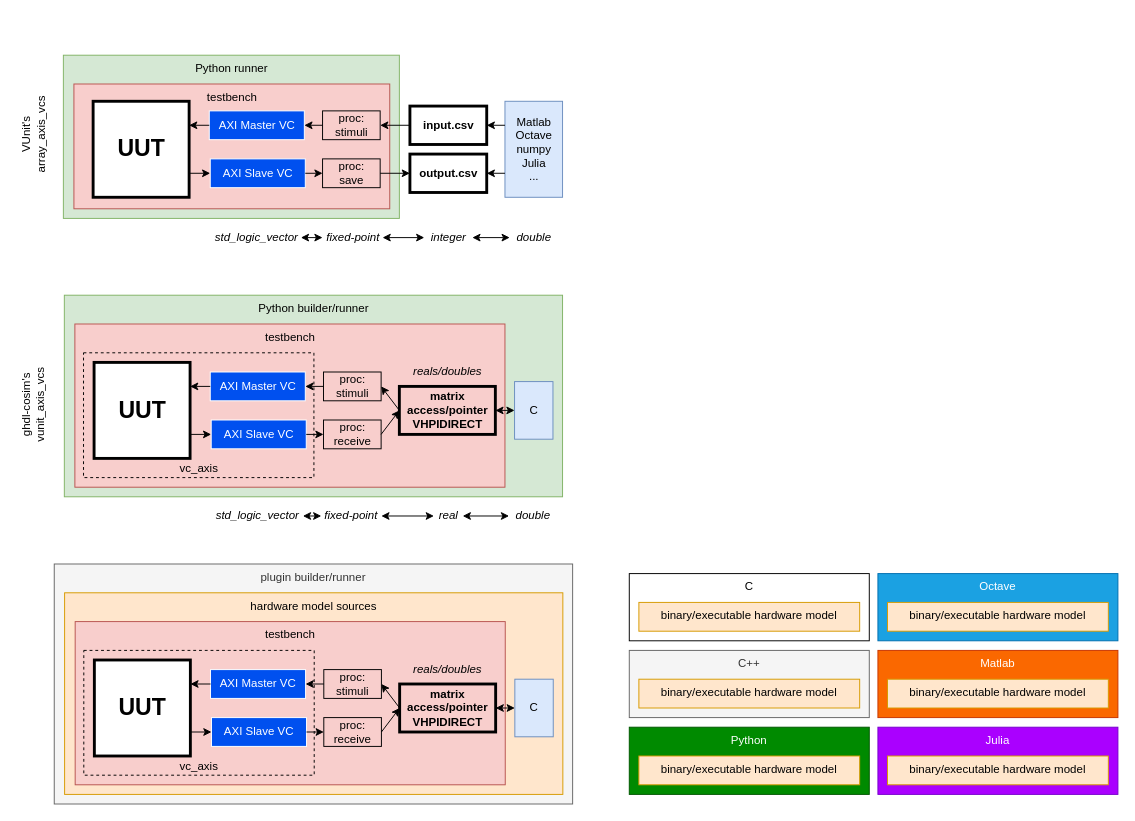
This is doc/vhpidirect/examples/img/matrices.drawio from ghdl/ghdl-cosim, a draw.io file, before an edit. Source tidied: cells renumbered, new cells numbered last; positions are measured from the earlier drawing's top-left corner, leaving out a move shared by most shapes. Both pictures are drawn from the tidied source at 96%, with x=0, y=0 at pixel (-12, 55).
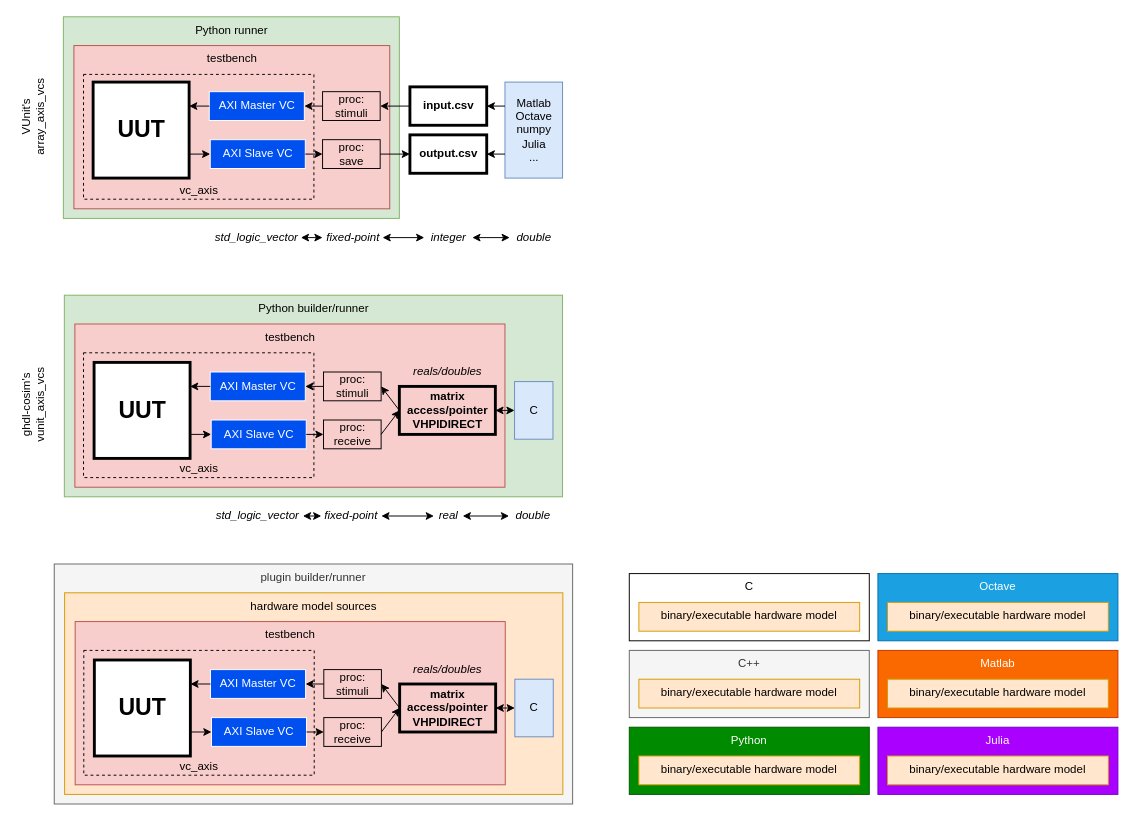
The same page after the edit.

Commit message (it also covers changes not shown here):
doc/vhpidirect/examples/img: update array_axis_vcs diagram

Diff of the diagram source:
```diff
@@
     <mxCell id="4" value="Python runner" style="rounded=0;whiteSpace=wrap;html=1;verticalAlign=top;fillColor=#d5e8d4;strokeColor=#82b366;" parent="1" vertex="1">
-      <mxGeometry x="78.5" width="350" height="170" as="geometry" />
+      <mxGeometry x="78.5" y="-40" width="350" height="210" as="geometry" />
     </mxCell>
     <mxCell id="5" value="testbench" style="rounded=0;whiteSpace=wrap;html=1;verticalAlign=top;fillColor=#f8cecc;strokeColor=#b85450;" parent="1" vertex="1">
-      <mxGeometry x="89.5" y="30" width="329" height="130" as="geometry" />
+      <mxGeometry x="89.5" y="-10" width="329" height="170" as="geometry" />
     </mxCell>
     <mxCell id="6" value="UUT" style="whiteSpace=wrap;html=1;fontStyle=1;fontSize=24;strokeWidth=3;" parent="1" vertex="1">
-      <mxGeometry x="109.5" y="48" width="100" height="100" as="geometry" />
+      <mxGeometry x="109.5" y="28" width="100" height="100" as="geometry" />
     </mxCell>
     <mxCell id="7" value="AXI Master VC" style="rounded=0;whiteSpace=wrap;html=1;strokeColor=#FFFFFF;fontColor=#FFFFFF;fillColor=#0050EF;" parent="1" vertex="1">
-      <mxGeometry x="230.5" y="58" width="99" height="30" as="geometry" />
+      <mxGeometry x="230.5" y="38" width="99" height="30" as="geometry" />
     </mxCell>
     <mxCell id="8" value="AXI Slave VC" style="rounded=0;whiteSpace=wrap;html=1;strokeColor=#FFFFFF;fontColor=#FFFFFF;fillColor=#0050EF;" parent="1" vertex="1">
-      <mxGeometry x="231.5" y="108" width="99" height="30" as="geometry" />
+      <mxGeometry x="231.5" y="88" width="99" height="30" as="geometry" />
     </mxCell>
@@
     <mxCell id="11" value="input.csv" style="rounded=0;whiteSpace=wrap;html=1;strokeColor=#000000;fillColor=none;gradientColor=none;fontColor=#000000;strokeWidth=3;fontStyle=1;" parent="1" vertex="1">
-      <mxGeometry x="439.5" y="53" width="80" height="40" as="geometry" />
+      <mxGeometry x="439.5" y="33" width="80" height="40" as="geometry" />
     </mxCell>
     <mxCell id="12" value="output.csv" style="rounded=0;whiteSpace=wrap;html=1;strokeColor=#000000;fillColor=none;gradientColor=none;fontColor=#000000;strokeWidth=3;fontStyle=1;" parent="1" vertex="1">
-      <mxGeometry x="439.5" y="103" width="80" height="40" as="geometry" />
+      <mxGeometry x="439.5" y="83" width="80" height="40" as="geometry" />
     </mxCell>
@@
     <mxCell id="15" value="Matlab&lt;br&gt;Octave&lt;br&gt;numpy&lt;br&gt;Julia&lt;br&gt;..." style="rounded=0;whiteSpace=wrap;html=1;verticalAlign=middle;fillColor=#dae8fc;strokeColor=#6c8ebf;" parent="1" vertex="1">
-      <mxGeometry x="538.5" y="48" width="60" height="100" as="geometry" />
+      <mxGeometry x="538.5" y="28" width="60" height="100" as="geometry" />
     </mxCell>
@@
     <mxCell id="18" value="proc:&lt;br&gt;stimuli" style="rounded=0;whiteSpace=wrap;html=1;strokeColor=#000000;fontColor=#000000;fillColor=none;" parent="1" vertex="1">
-      <mxGeometry x="348.5" y="58" width="60" height="30" as="geometry" />
+      <mxGeometry x="348.5" y="38" width="60" height="30" as="geometry" />
     </mxCell>
@@
     <mxCell id="20" value="proc:&lt;br&gt;save" style="rounded=0;whiteSpace=wrap;html=1;strokeColor=#000000;fontColor=#000000;fillColor=none;" parent="1" vertex="1">
-      <mxGeometry x="348.5" y="108" width="60" height="30" as="geometry" />
+      <mxGeometry x="348.5" y="88" width="60" height="30" as="geometry" />
     </mxCell>
@@
     <mxCell id="55" value="VUnit's&lt;br&gt;array_axis_vcs" style="text;html=1;strokeColor=none;fillColor=none;align=center;verticalAlign=middle;whiteSpace=wrap;rounded=0;fontColor=#000000;rotation=-90;" parent="1" vertex="1">
-      <mxGeometry x="-0.2" y="65.8" width="95.5" height="34.5" as="geometry" />
+      <mxGeometry x="-0.5" y="47.8" width="95.5" height="34.5" as="geometry" />
     </mxCell>
@@
+    <mxCell id="85" value="vc_axis" style="rounded=0;whiteSpace=wrap;html=1;verticalAlign=bottom;fillColor=none;strokeColor=#000000;fontColor=#000000;gradientColor=#ffffff;dashed=1;align=center;" parent="1" vertex="1">
+      <mxGeometry x="99.5" y="20" width="240" height="130" as="geometry" />
+    </mxCell>
```
